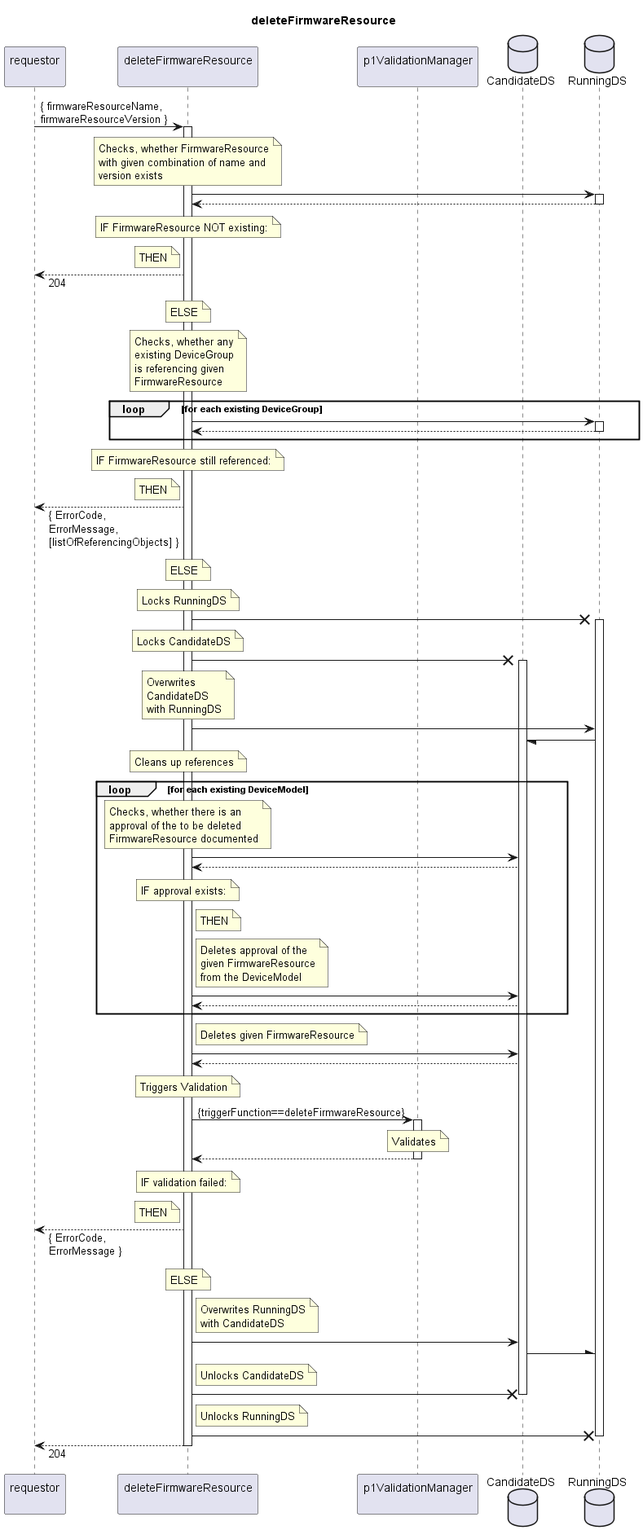
Before: spec/Services/deleteFirmwareResource/1.0.0/deleteFirmwareResource.png, a diagram exported from PlantUML (openBackhaul/FirmWareManager).
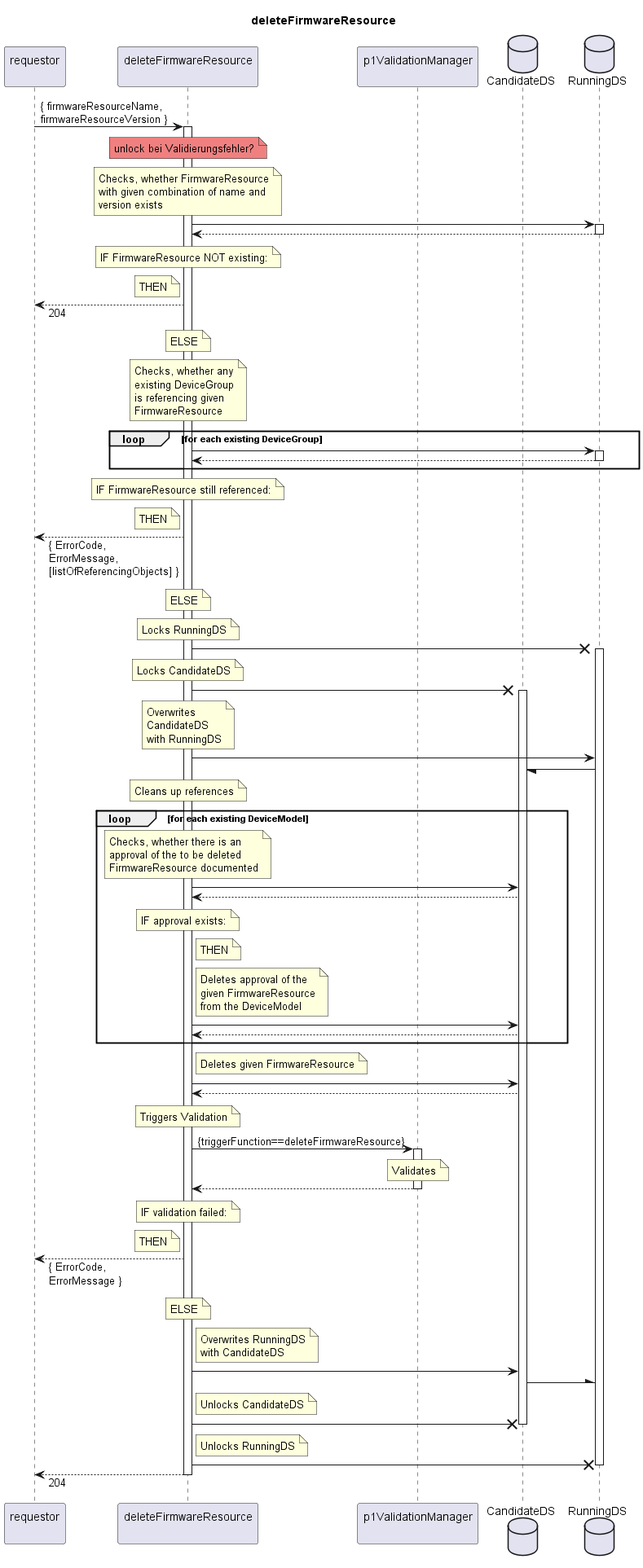
The same file after the commit.

Change to the diagram source:
```diff
@@ -13,6 +13,10 @@
 
 requestor -> delFWR: { firmwareResourceName,\nfirmwareResourceVersion }
 activate delFWR
+
+  note over delFWR #LightCoral
+    unlock bei Validierungsfehler?
+  end note
 
   note over delFWR
     Checks, whether FirmwareResource
```
